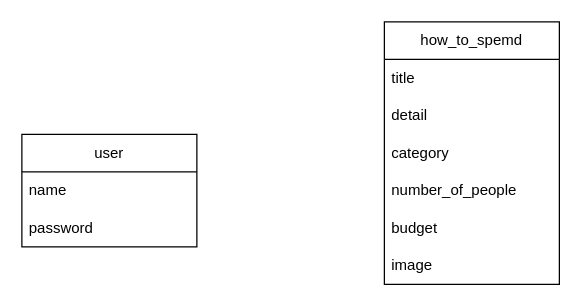
This is nanisuru.dio from ryujidon/nanisuru, a draw.io file, before an edit. Source tidied: cells renumbered, new cells numbered last; positions are measured from the earlier drawing's top-left corner, leaving out a move shared by most shapes. Both pictures are drawn from the tidied source at 125%, with x=0, y=0 at pixel (21, 21).
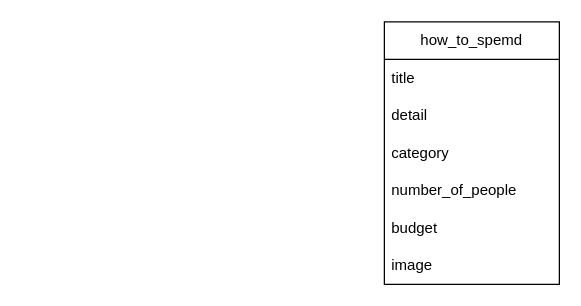
The same diagram, later.

What changed in the source:
```diff
@@
 <mxGraphModel>
   <root>
     <mxCell id="0" />
     <mxCell id="1" parent="0" />
-    <mxCell id="2" value="user" style="swimlane;fontStyle=0;horizontal=1;startSize=30;whiteSpace=wrap;html=1;" parent="1" vertex="1">
-      <mxGeometry y="90" width="140" height="90" as="geometry" />
-    </mxCell>
-    <mxCell id="3" value="name" style="text;strokeColor=none;fillColor=none;align=left;verticalAlign=middle;spacingLeft=4;spacingRight=4;overflow=hidden;whiteSpace=wrap;html=1;" parent="2" vertex="1">
-      <mxGeometry y="30" width="140" height="30" as="geometry" />
-    </mxCell>
-    <mxCell id="4" value="password" style="text;strokeColor=none;fillColor=none;align=left;verticalAlign=middle;spacingLeft=4;spacingRight=4;overflow=hidden;whiteSpace=wrap;html=1;" parent="2" vertex="1">
-      <mxGeometry y="60" width="140" height="30" as="geometry" />
-    </mxCell>
     <mxCell id="5" value="how_to_spemd" style="swimlane;fontStyle=0;horizontal=1;startSize=30;whiteSpace=wrap;html=1;" parent="1" vertex="1">
       <mxGeometry x="290" width="140" height="210" as="geometry" />
     </mxCell>
     <mxCell id="6" value="title" style="text;strokeColor=none;fillColor=none;align=left;verticalAlign=middle;spacingLeft=4;spacingRight=4;overflow=hidden;whiteSpace=wrap;html=1;" parent="5" vertex="1">
       <mxGeometry y="30" width="140" height="30" as="geometry" />
     </mxCell>
     <mxCell id="7" value="detail" style="text;strokeColor=none;fillColor=none;align=left;verticalAlign=middle;spacingLeft=4;spacingRight=4;overflow=hidden;whiteSpace=wrap;html=1;" parent="5" vertex="1">
       <mxGeometry y="60" width="140" height="30" as="geometry" />
     </mxCell>
     <mxCell id="8" value="category" style="text;strokeColor=none;fillColor=none;align=left;verticalAlign=middle;spacingLeft=4;spacingRight=4;overflow=hidden;whiteSpace=wrap;html=1;" parent="5" vertex="1">
       <mxGeometry y="90" width="140" height="30" as="geometry" />
     </mxCell>
     <mxCell id="9" value="number_of_people" style="text;strokeColor=none;fillColor=none;align=left;verticalAlign=middle;spacingLeft=4;spacingRight=4;overflow=hidden;whiteSpace=wrap;html=1;" parent="5" vertex="1">
       <mxGeometry y="120" width="140" height="30" as="geometry" />
     </mxCell>
     <mxCell id="10" value="budget" style="text;strokeColor=none;fillColor=none;align=left;verticalAlign=middle;spacingLeft=4;spacingRight=4;overflow=hidden;whiteSpace=wrap;html=1;" parent="5" vertex="1">
       <mxGeometry y="150" width="140" height="30" as="geometry" />
     </mxCell>
     <mxCell id="11" value="image" style="text;strokeColor=none;fillColor=none;align=left;verticalAlign=middle;spacingLeft=4;spacingRight=4;overflow=hidden;whiteSpace=wrap;html=1;" parent="5" vertex="1">
       <mxGeometry y="180" width="140" height="30" as="geometry" />
     </mxCell>
   </root>
 </mxGraphModel>
```
